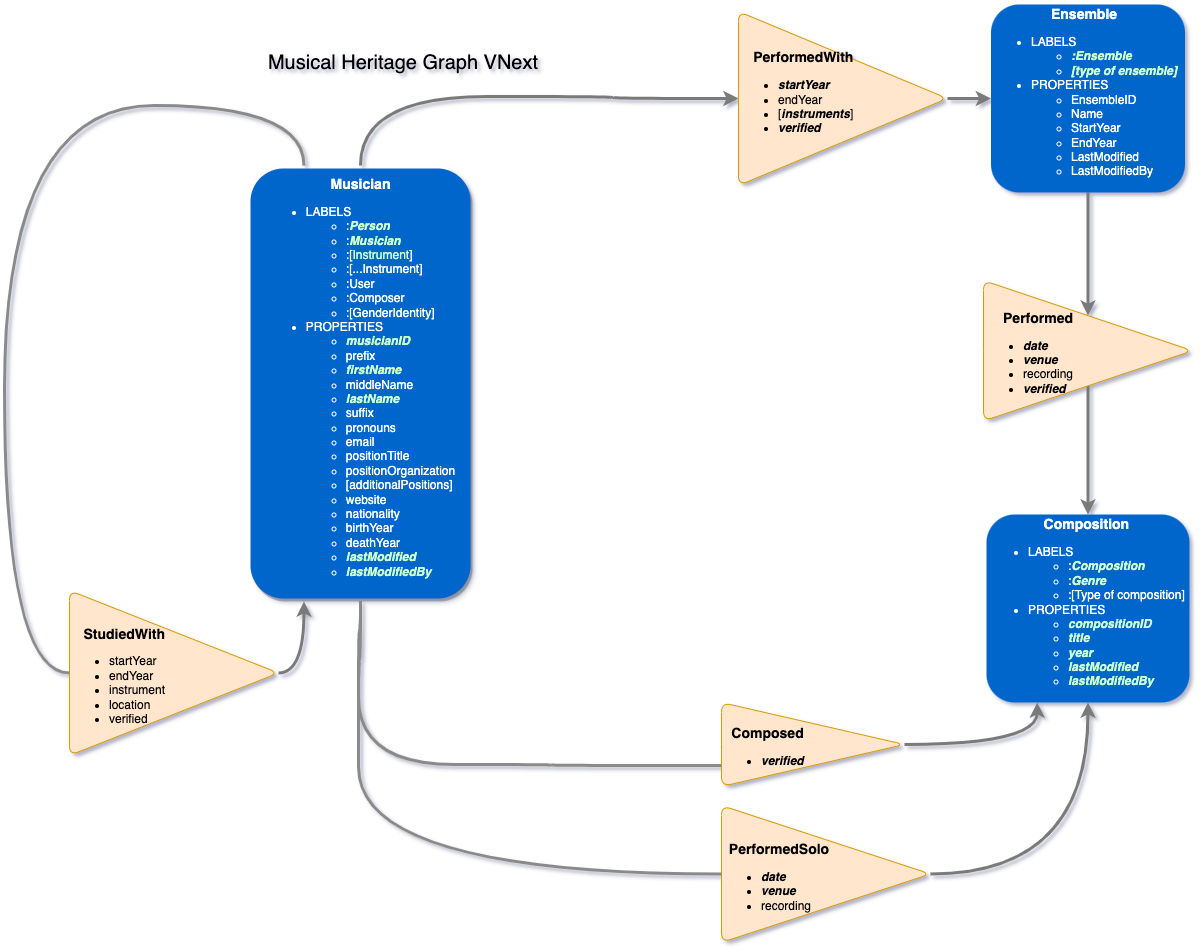
Before: README.assets/Musical Heritage Model-VNext.png, a diagram exported from draw.io (greyshore/MusicTree.Me). Source tidied: cells renumbered, new cells last; positions are measured from the earlier drawing's top-left corner, leaving out a move shared by most shapes.
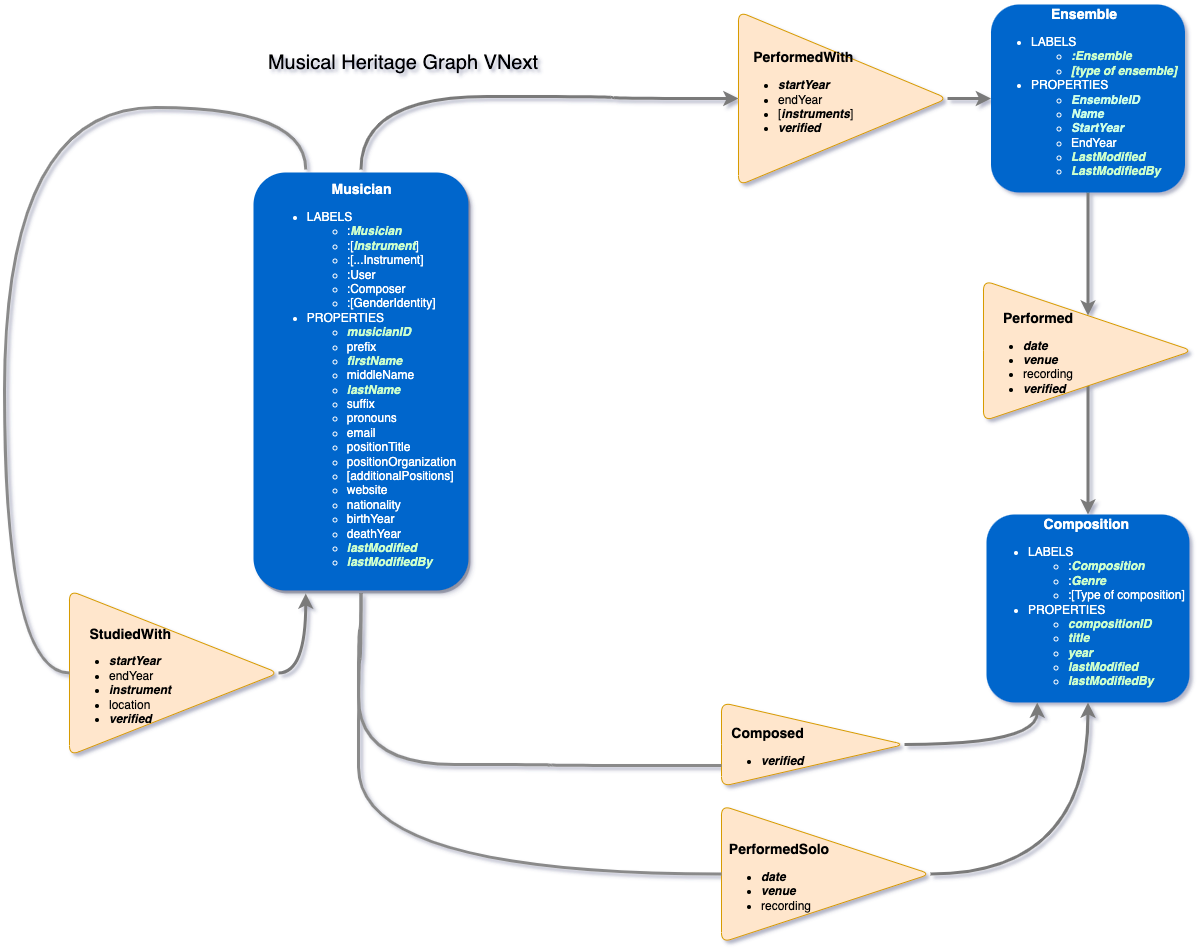
Later version of the same file.

Commit message:
paula #2 moar updates to README - remove extraneous label (:Person) in model diagrams and update database setup instructions

Diff of the diagram source:
```diff
@@ -14,14 +14,14 @@
     <mxCell id="3" style="edgeStyle=orthogonalEdgeStyle;rounded=0;jettySize=auto;html=1;exitX=1;exitY=0.5;exitDx=0;exitDy=0;entryX=0.25;entryY=1;entryDx=0;entryDy=0;curved=1;strokeColor=#7A7A7A;strokeWidth=3;" parent="1" edge="1" source="4" target="20">
       <mxGeometry relative="1" as="geometry" />
     </mxCell>
-    <mxCell id="4" value="&lt;div style=&quot;text-align: right&quot;&gt;&lt;b style=&quot;font-size: 14px&quot;&gt;&lt;br&gt;&lt;/b&gt;&lt;/div&gt;&lt;div style=&quot;text-align: right&quot;&gt;&lt;b style=&quot;font-size: 14px&quot;&gt;&amp;nbsp; StudiedWith&lt;/b&gt;&lt;br&gt;&lt;/div&gt;&lt;ul&gt;&lt;li&gt;&lt;span&gt;startYear&lt;/span&gt;&lt;/li&gt;&lt;li&gt;&lt;span&gt;endYear&lt;/span&gt;&lt;/li&gt;&lt;li&gt;&lt;span&gt;instrument&lt;/span&gt;&lt;/li&gt;&lt;li&gt;&lt;span&gt;location&lt;/span&gt;&lt;/li&gt;&lt;li&gt;&lt;span&gt;verified&lt;/span&gt;&lt;/li&gt;&lt;/ul&gt;" style="triangle;whiteSpace=wrap;html=1;align=left;fillColor=#ffe6cc;strokeColor=#d79b00;rounded=1;spacing=0;" parent="1" vertex="1">
+    <mxCell id="4" value="&lt;div style=&quot;text-align: right&quot;&gt;&lt;b style=&quot;font-size: 14px&quot;&gt;&lt;br&gt;&lt;/b&gt;&lt;/div&gt;&lt;div style=&quot;text-align: right&quot;&gt;&lt;b style=&quot;font-size: 14px&quot;&gt;&amp;nbsp; StudiedWith&lt;/b&gt;&lt;br&gt;&lt;/div&gt;&lt;ul&gt;&lt;li&gt;&lt;span&gt;&lt;b&gt;&lt;i&gt;startYear&lt;/i&gt;&lt;/b&gt;&lt;/span&gt;&lt;/li&gt;&lt;li&gt;&lt;span&gt;endYear&lt;/span&gt;&lt;/li&gt;&lt;li&gt;&lt;span&gt;&lt;b&gt;&lt;i&gt;instrument&lt;/i&gt;&lt;/b&gt;&lt;/span&gt;&lt;/li&gt;&lt;li&gt;&lt;span&gt;location&lt;/span&gt;&lt;/li&gt;&lt;li&gt;&lt;span&gt;&lt;b&gt;&lt;i&gt;verified&lt;/i&gt;&lt;/b&gt;&lt;/span&gt;&lt;/li&gt;&lt;/ul&gt;" style="triangle;whiteSpace=wrap;html=1;align=left;fillColor=#ffe6cc;strokeColor=#d79b00;rounded=1;spacing=0;" parent="1" vertex="1">
       <mxGeometry x="65" y="586" width="209" height="165" as="geometry" />
     </mxCell>
-    <mxCell id="5" style="edgeStyle=orthogonalEdgeStyle;rounded=1;jettySize=auto;html=1;endArrow=none;curved=1;strokeWidth=3;strokeColor=#8A8A8A;exitX=0.25;exitY=0;exitDx=0;exitDy=0;entryX=0;entryY=0.5;entryDx=0;entryDy=0;" parent="1" edge="1" source="20" target="4">
+    <mxCell id="5" style="edgeStyle=orthogonalEdgeStyle;rounded=1;jettySize=auto;html=1;endArrow=none;curved=1;strokeWidth=3;strokeColor=#8A8A8A;entryX=0;entryY=0.5;entryDx=0;entryDy=0;exitX=0.25;exitY=0;exitDx=0;exitDy=0;" parent="1" edge="1" source="20" target="4">
       <mxGeometry relative="1" as="geometry">
         <Array as="points">
-          <mxPoint x="300" y="101" />
-          <mxPoint y="101" />
+          <mxPoint x="301" y="103" />
+          <mxPoint y="103" />
           <mxPoint y="669" />
         </Array>
       </mxGeometry>
@@ -32,7 +32,7 @@
     <mxCell id="7" style="edgeStyle=orthogonalEdgeStyle;curved=1;rounded=0;jettySize=auto;html=1;exitX=0.5;exitY=1;exitDx=0;exitDy=0;fontSize=20;strokeColor=#7A7A7A;strokeWidth=3;entryX=0.5;entryY=0;entryDx=0;entryDy=0;" parent="1" edge="1" source="8" target="19">
       <mxGeometry relative="1" as="geometry" />
     </mxCell>
-    <mxCell id="8" value="&lt;div style=&quot;text-align: center&quot;&gt;&lt;b style=&quot;font-size: 14px&quot;&gt;Ensemble&lt;/b&gt;&lt;/div&gt;&lt;ul&gt;&lt;li&gt;&lt;span&gt;LABELS&lt;/span&gt;&lt;/li&gt;&lt;ul&gt;&lt;li&gt;&lt;span&gt;&lt;b&gt;&lt;i&gt;&lt;font color=&quot;#ccffcc&quot;&gt;:Ensemble&lt;/font&gt;&lt;/i&gt;&lt;/b&gt;&lt;/span&gt;&lt;/li&gt;&lt;li&gt;&lt;font color=&quot;#ccffcc&quot;&gt;&lt;b&gt;&lt;i&gt;[type of ensemble]&lt;/i&gt;&lt;/b&gt;&lt;/font&gt;&lt;/li&gt;&lt;/ul&gt;&lt;li&gt;&lt;span&gt;PROPERTIES&lt;/span&gt;&lt;/li&gt;&lt;ul&gt;&lt;li&gt;&lt;span&gt;EnsembleID&lt;/span&gt;&lt;/li&gt;&lt;li&gt;Name&lt;/li&gt;&lt;li&gt;StartYear&lt;/li&gt;&lt;li&gt;EndYear&lt;/li&gt;&lt;li&gt;LastModified&lt;/li&gt;&lt;li&gt;LastModifiedBy&lt;/li&gt;&lt;/ul&gt;&lt;/ul&gt;" style="rounded=1;fillColor=#0066CC;strokeColor=none;strokeWidth=3;shadow=0;html=1;fontColor=#FFFFFF;spacing=0;spacingRight=-2;align=left;" parent="1" vertex="1">
+    <mxCell id="8" value="&lt;div style=&quot;text-align: center&quot;&gt;&lt;b style=&quot;font-size: 14px&quot;&gt;Ensemble&lt;/b&gt;&lt;/div&gt;&lt;ul&gt;&lt;li&gt;&lt;span&gt;LABELS&lt;/span&gt;&lt;/li&gt;&lt;ul&gt;&lt;li&gt;&lt;span&gt;&lt;b&gt;&lt;i&gt;&lt;font color=&quot;#ccffcc&quot;&gt;:Ensemble&lt;/font&gt;&lt;/i&gt;&lt;/b&gt;&lt;/span&gt;&lt;/li&gt;&lt;li&gt;&lt;font color=&quot;#ccffcc&quot;&gt;&lt;b&gt;&lt;i&gt;[type of ensemble]&lt;/i&gt;&lt;/b&gt;&lt;/font&gt;&lt;/li&gt;&lt;/ul&gt;&lt;li&gt;&lt;span&gt;PROPERTIES&lt;/span&gt;&lt;/li&gt;&lt;ul&gt;&lt;li&gt;&lt;span&gt;&lt;b&gt;&lt;i&gt;&lt;font color=&quot;#ccffe6&quot;&gt;EnsembleID&lt;/font&gt;&lt;/i&gt;&lt;/b&gt;&lt;/span&gt;&lt;/li&gt;&lt;li&gt;&lt;b&gt;&lt;i&gt;&lt;font color=&quot;#ccffe6&quot;&gt;Name&lt;/font&gt;&lt;/i&gt;&lt;/b&gt;&lt;/li&gt;&lt;li&gt;&lt;b&gt;&lt;i&gt;&lt;font color=&quot;#ccffe6&quot;&gt;StartYear&lt;/font&gt;&lt;/i&gt;&lt;/b&gt;&lt;/li&gt;&lt;li&gt;EndYear&lt;/li&gt;&lt;li&gt;&lt;b&gt;&lt;i&gt;&lt;font color=&quot;#ccffcc&quot;&gt;LastModified&lt;/font&gt;&lt;/i&gt;&lt;/b&gt;&lt;/li&gt;&lt;li&gt;&lt;b&gt;&lt;i&gt;&lt;font color=&quot;#ccffcc&quot;&gt;LastModifiedBy&lt;/font&gt;&lt;/i&gt;&lt;/b&gt;&lt;/li&gt;&lt;/ul&gt;&lt;/ul&gt;" style="rounded=1;fillColor=#0066CC;strokeColor=none;strokeWidth=3;shadow=0;html=1;fontColor=#FFFFFF;spacing=0;spacingRight=-2;align=left;" parent="1" vertex="1">
       <mxGeometry x="986.5" width="194" height="188" as="geometry" />
     </mxCell>
     <mxCell id="9" value="&lt;div style=&quot;text-align: center&quot;&gt;&lt;b style=&quot;font-size: 14px&quot;&gt;Composition&lt;/b&gt;&lt;/div&gt;&lt;ul&gt;&lt;li&gt;LABELS&lt;/li&gt;&lt;ul&gt;&lt;li&gt;:&lt;b&gt;&lt;i&gt;&lt;font color=&quot;#ccffcc&quot;&gt;Composition&lt;/font&gt;&lt;/i&gt;&lt;/b&gt;&lt;/li&gt;&lt;li&gt;:&lt;b&gt;&lt;i&gt;&lt;font color=&quot;#ccffcc&quot;&gt;Genre&lt;/font&gt;&lt;/i&gt;&lt;/b&gt;&lt;/li&gt;&lt;li&gt;:[Type of composition]&lt;/li&gt;&lt;/ul&gt;&lt;li&gt;PROPERTIES&lt;/li&gt;&lt;ul&gt;&lt;li&gt;&lt;b&gt;&lt;i&gt;&lt;font color=&quot;#ccffcc&quot;&gt;compositionID&lt;/font&gt;&lt;/i&gt;&lt;/b&gt;&lt;/li&gt;&lt;li&gt;&lt;b&gt;&lt;i&gt;&lt;font color=&quot;#ccffcc&quot;&gt;title&lt;/font&gt;&lt;/i&gt;&lt;/b&gt;&lt;/li&gt;&lt;li&gt;&lt;b&gt;&lt;i&gt;&lt;font color=&quot;#ccffcc&quot;&gt;year&lt;/font&gt;&lt;/i&gt;&lt;/b&gt;&lt;/li&gt;&lt;li&gt;&lt;b&gt;&lt;i&gt;&lt;font color=&quot;#ccffcc&quot;&gt;lastModified&lt;/font&gt;&lt;/i&gt;&lt;/b&gt;&lt;/li&gt;&lt;li&gt;&lt;b&gt;&lt;i&gt;&lt;font color=&quot;#ccffcc&quot;&gt;lastModifiedBy&lt;/font&gt;&lt;/i&gt;&lt;/b&gt;&lt;/li&gt;&lt;/ul&gt;&lt;/ul&gt;" style="rounded=1;fillColor=#0066CC;strokeColor=none;strokeWidth=3;shadow=0;html=1;fontColor=#FFFFFF;align=left;" parent="1" vertex="1">
@@ -82,8 +82,8 @@
     <mxCell id="19" value="&lt;div style=&quot;text-align: right&quot;&gt;&lt;b style=&quot;font-size: 14px&quot;&gt;&lt;br&gt;&lt;/b&gt;&lt;/div&gt;&lt;div style=&quot;text-align: right&quot;&gt;&lt;b style=&quot;font-size: 14px&quot;&gt;Performed&lt;/b&gt;&lt;/div&gt;&lt;ul&gt;&lt;li&gt;&lt;b&gt;&lt;i&gt;date&lt;/i&gt;&lt;/b&gt;&lt;/li&gt;&lt;li&gt;&lt;b&gt;&lt;i&gt;venue&lt;/i&gt;&lt;/b&gt;&lt;/li&gt;&lt;li&gt;recording&lt;/li&gt;&lt;li&gt;&lt;b&gt;&lt;i&gt;verified&lt;/i&gt;&lt;/b&gt;&lt;/li&gt;&lt;/ul&gt;" style="triangle;whiteSpace=wrap;html=1;align=left;fillColor=#ffe6cc;strokeColor=#d79b00;rounded=1;spacing=0;" parent="1" vertex="1">
       <mxGeometry x="979" y="276" width="209" height="140.5" as="geometry" />
     </mxCell>
-    <mxCell id="20" value="&lt;b&gt;&lt;font style=&quot;font-size: 14px&quot;&gt;Musician&lt;/font&gt;&lt;/b&gt;&lt;br&gt;&lt;ul&gt;&lt;li style=&quot;text-align: left&quot;&gt;LABELS&lt;/li&gt;&lt;ul&gt;&lt;li style=&quot;text-align: left&quot;&gt;:&lt;b&gt;&lt;i&gt;&lt;font color=&quot;#ccffcc&quot;&gt;Person&lt;/font&gt;&lt;/i&gt;&lt;/b&gt;&lt;/li&gt;&lt;li style=&quot;text-align: left&quot;&gt;:&lt;b&gt;&lt;i&gt;&lt;font color=&quot;#ccffcc&quot;&gt;Musician&lt;/font&gt;&lt;/i&gt;&lt;/b&gt;&lt;/li&gt;&lt;li style=&quot;text-align: left;&quot;&gt;:[&lt;font color=&quot;#ccffcc&quot;&gt;Instrument&lt;/font&gt;]&lt;/li&gt;&lt;li style=&quot;text-align: left;&quot;&gt;:[...Instrument]&lt;/li&gt;&lt;li style=&quot;text-align: left&quot;&gt;:User&lt;/li&gt;&lt;li style=&quot;text-align: left&quot;&gt;:Composer&lt;/li&gt;&lt;li style=&quot;text-align: left&quot;&gt;:[GenderIdentity]&lt;/li&gt;&lt;/ul&gt;&lt;li style=&quot;text-align: left&quot;&gt;PROPERTIES&lt;/li&gt;&lt;ul&gt;&lt;li style=&quot;text-align: left&quot;&gt;&lt;b&gt;&lt;i&gt;&lt;font color=&quot;#ccffcc&quot;&gt;musicianID&lt;/font&gt;&lt;/i&gt;&lt;/b&gt;&lt;/li&gt;&lt;li style=&quot;text-align: left&quot;&gt;prefix&lt;/li&gt;&lt;li style=&quot;text-align: left&quot;&gt;&lt;b&gt;&lt;i&gt;&lt;font color=&quot;#ccffcc&quot;&gt;firstName&lt;/font&gt;&lt;/i&gt;&lt;/b&gt;&lt;/li&gt;&lt;li style=&quot;text-align: left&quot;&gt;middleName&lt;/li&gt;&lt;li style=&quot;text-align: left&quot;&gt;&lt;b&gt;&lt;i&gt;&lt;font color=&quot;#ccffcc&quot;&gt;lastName&lt;/font&gt;&lt;/i&gt;&lt;/b&gt;&lt;/li&gt;&lt;li style=&quot;text-align: left&quot;&gt;suffix&lt;/li&gt;&lt;li style=&quot;text-align: left&quot;&gt;pronouns&lt;/li&gt;&lt;li style=&quot;text-align: left&quot;&gt;email&lt;/li&gt;&lt;li style=&quot;text-align: left&quot;&gt;positionTitle&lt;/li&gt;&lt;li style=&quot;text-align: left&quot;&gt;positionOrganization&lt;/li&gt;&lt;li style=&quot;text-align: left&quot;&gt;[additionalPositions]&lt;/li&gt;&lt;li style=&quot;text-align: left&quot;&gt;website&lt;/li&gt;&lt;li style=&quot;text-align: left&quot;&gt;nationality&lt;/li&gt;&lt;li style=&quot;text-align: left&quot;&gt;birthYear&lt;/li&gt;&lt;li style=&quot;text-align: left&quot;&gt;deathYear&lt;/li&gt;&lt;li style=&quot;text-align: left&quot;&gt;&lt;b&gt;&lt;i&gt;&lt;font color=&quot;#ccffcc&quot;&gt;lastModified&lt;/font&gt;&lt;/i&gt;&lt;/b&gt;&lt;/li&gt;&lt;li style=&quot;text-align: left&quot;&gt;&lt;b&gt;&lt;i&gt;&lt;font color=&quot;#ccffcc&quot;&gt;lastModifiedBy&lt;/font&gt;&lt;/i&gt;&lt;/b&gt;&lt;/li&gt;&lt;/ul&gt;&lt;/ul&gt;" style="rounded=1;fillColor=#0066CC;strokeColor=none;strokeWidth=3;shadow=1;html=1;fontColor=#FFFFFF;perimeterSpacing=3;" parent="1" vertex="1">
-      <mxGeometry x="246" y="164" width="220" height="430" as="geometry" />
+    <mxCell id="20" value="&lt;b&gt;&lt;font style=&quot;font-size: 14px&quot;&gt;Musician&lt;/font&gt;&lt;/b&gt;&lt;br&gt;&lt;ul&gt;&lt;li style=&quot;text-align: left&quot;&gt;LABELS&lt;/li&gt;&lt;ul&gt;&lt;li style=&quot;text-align: left&quot;&gt;:&lt;b&gt;&lt;i&gt;&lt;font color=&quot;#ccffcc&quot;&gt;Musician&lt;/font&gt;&lt;/i&gt;&lt;/b&gt;&lt;/li&gt;&lt;li style=&quot;text-align: left;&quot;&gt;:[&lt;font color=&quot;#ccffcc&quot;&gt;&lt;b&gt;&lt;i&gt;Instrument&lt;/i&gt;&lt;/b&gt;&lt;/font&gt;]&lt;/li&gt;&lt;li style=&quot;text-align: left;&quot;&gt;:[...Instrument]&lt;/li&gt;&lt;li style=&quot;text-align: left&quot;&gt;:User&lt;/li&gt;&lt;li style=&quot;text-align: left&quot;&gt;:Composer&lt;/li&gt;&lt;li style=&quot;text-align: left&quot;&gt;:[GenderIdentity]&lt;/li&gt;&lt;/ul&gt;&lt;li style=&quot;text-align: left&quot;&gt;PROPERTIES&lt;/li&gt;&lt;ul&gt;&lt;li style=&quot;text-align: left&quot;&gt;&lt;b&gt;&lt;i&gt;&lt;font color=&quot;#ccffcc&quot;&gt;musicianID&lt;/font&gt;&lt;/i&gt;&lt;/b&gt;&lt;/li&gt;&lt;li style=&quot;text-align: left&quot;&gt;prefix&lt;/li&gt;&lt;li style=&quot;text-align: left&quot;&gt;&lt;b&gt;&lt;i&gt;&lt;font color=&quot;#ccffcc&quot;&gt;firstName&lt;/font&gt;&lt;/i&gt;&lt;/b&gt;&lt;/li&gt;&lt;li style=&quot;text-align: left&quot;&gt;middleName&lt;/li&gt;&lt;li style=&quot;text-align: left&quot;&gt;&lt;b&gt;&lt;i&gt;&lt;font color=&quot;#ccffcc&quot;&gt;lastName&lt;/font&gt;&lt;/i&gt;&lt;/b&gt;&lt;/li&gt;&lt;li style=&quot;text-align: left&quot;&gt;suffix&lt;/li&gt;&lt;li style=&quot;text-align: left&quot;&gt;pronouns&lt;/li&gt;&lt;li style=&quot;text-align: left&quot;&gt;email&lt;/li&gt;&lt;li style=&quot;text-align: left&quot;&gt;positionTitle&lt;/li&gt;&lt;li style=&quot;text-align: left&quot;&gt;positionOrganization&lt;/li&gt;&lt;li style=&quot;text-align: left&quot;&gt;[additionalPositions]&lt;/li&gt;&lt;li style=&quot;text-align: left&quot;&gt;website&lt;/li&gt;&lt;li style=&quot;text-align: left&quot;&gt;nationality&lt;/li&gt;&lt;li style=&quot;text-align: left&quot;&gt;birthYear&lt;/li&gt;&lt;li style=&quot;text-align: left&quot;&gt;deathYear&lt;/li&gt;&lt;li style=&quot;text-align: left&quot;&gt;&lt;b&gt;&lt;i&gt;&lt;font color=&quot;#ccffcc&quot;&gt;lastModified&lt;/font&gt;&lt;/i&gt;&lt;/b&gt;&lt;/li&gt;&lt;li style=&quot;text-align: left&quot;&gt;&lt;b&gt;&lt;i&gt;&lt;font color=&quot;#ccffcc&quot;&gt;lastModifiedBy&lt;/font&gt;&lt;/i&gt;&lt;/b&gt;&lt;/li&gt;&lt;/ul&gt;&lt;/ul&gt;" style="rounded=1;fillColor=#0066CC;strokeColor=none;strokeWidth=3;shadow=1;html=1;fontColor=#FFFFFF;perimeterSpacing=3;" parent="1" vertex="1">
+      <mxGeometry x="249" y="168" width="215" height="418" as="geometry" />
     </mxCell>
   </root>
 </mxGraphModel>
```
